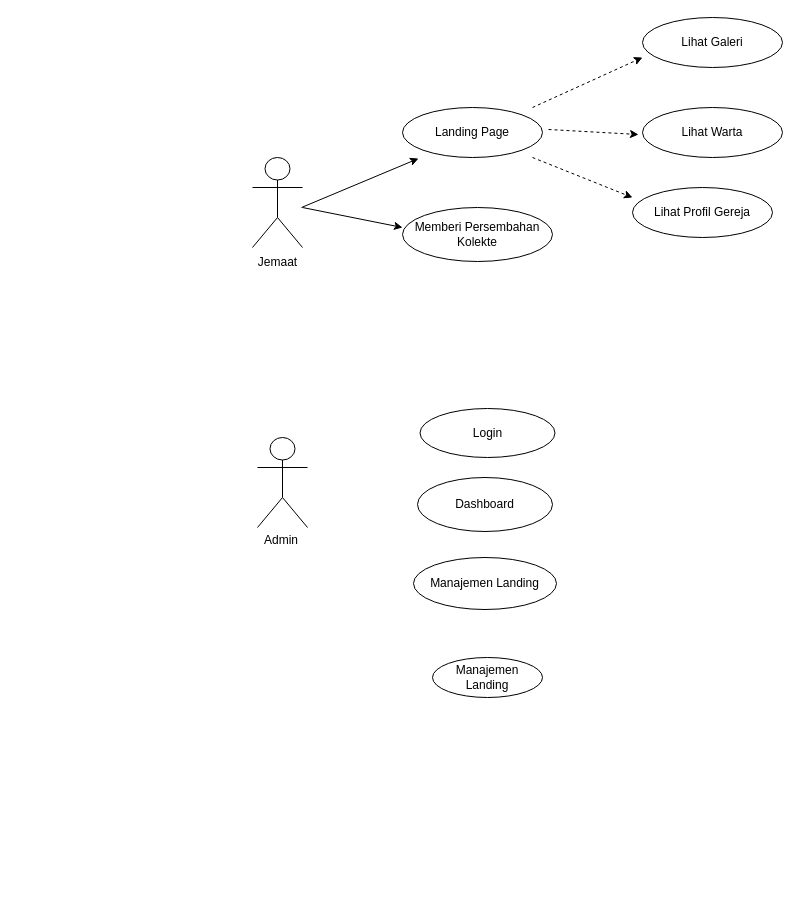
The draw.io diagram Diagram Tanpa Judul.drawio in alhidayah-projects/.github, before the edit. Source tidied: cells renumbered, new cells numbered last; positions are measured from the earlier drawing's top-left corner, leaving out a move shared by most shapes. Both pictures are drawn from the tidied source at 100%, with x=0, y=0 at pixel (247, 17).
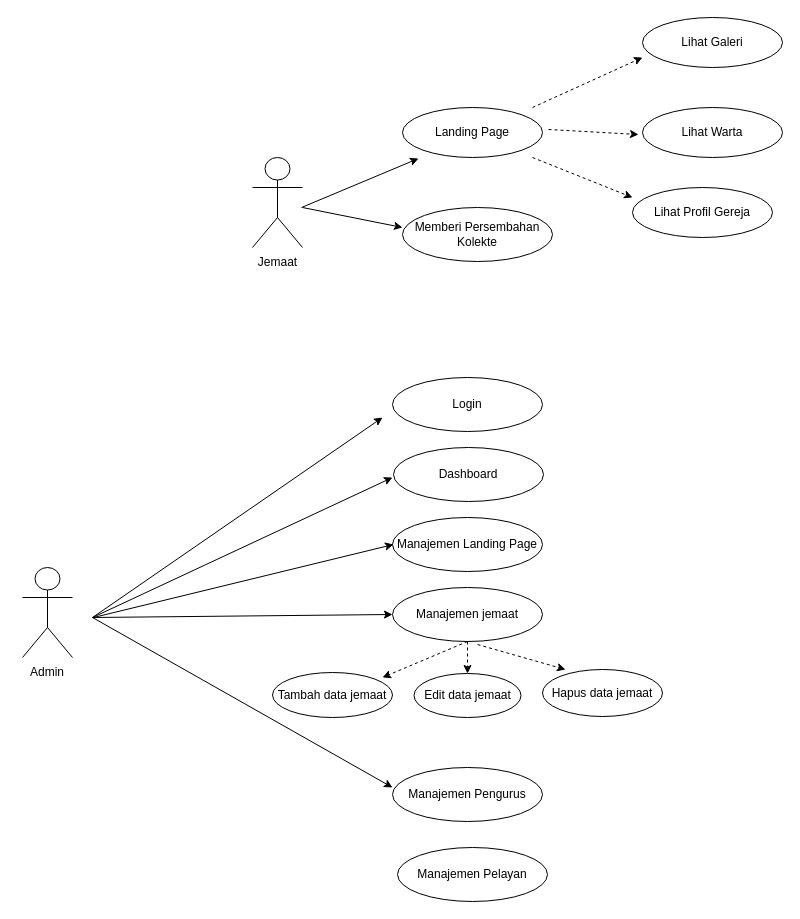
The same diagram, later.

Commit message:
TA GEREJA USECASE Judul.drawio

Diff of the diagram source:
```diff
@@
     <mxCell id="14" style="shape=umlActor;verticalLabelPosition=bottom;verticalAlign=top;html=1;" parent="1" vertex="1">
-      <mxGeometry x="10" y="420" width="50" height="90" as="geometry" />
+      <mxGeometry x="-225" y="550" width="50" height="90" as="geometry" />
     </mxCell>
     <mxCell id="15" value="Admin" style="text;html=1;strokeColor=none;fillColor=none;align=center;verticalAlign=middle;whiteSpace=wrap;rounded=0;" parent="1" vertex="1">
-      <mxGeometry x="4" y="508" width="60" height="30" as="geometry" />
+      <mxGeometry x="-230" y="640" width="60" height="30" as="geometry" />
     </mxCell>
     <mxCell id="16" value="Login" style="ellipse;whiteSpace=wrap;html=1;" parent="1" vertex="1">
-      <mxGeometry x="172.5" y="391" width="135" height="49" as="geometry" />
+      <mxGeometry x="145" y="360" width="150" height="54" as="geometry" />
     </mxCell>
     <mxCell id="17" value="Dashboard" style="ellipse;whiteSpace=wrap;html=1;" parent="1" vertex="1">
-      <mxGeometry x="170" y="460" width="135" height="54" as="geometry" />
+      <mxGeometry x="146" y="430" width="150" height="54" as="geometry" />
     </mxCell>
-    <mxCell id="18" value="Manajemen Landing" style="ellipse;whiteSpace=wrap;html=1;" parent="1" vertex="1">
-      <mxGeometry x="166" y="540" width="143" height="52" as="geometry" />
-    </mxCell>
-    <mxCell id="19" value="Manajemen Landing" style="ellipse;whiteSpace=wrap;html=1;" parent="1" vertex="1">
-      <mxGeometry x="185" y="640" width="110" height="40" as="geometry" />
-    </mxCell>
+    <mxCell id="20" value="Manajemen Landing Page" style="ellipse;whiteSpace=wrap;html=1;" parent="1" vertex="1">
+      <mxGeometry x="145" y="500" width="150" height="54" as="geometry" />
+    </mxCell>
+    <mxCell id="21" value="Manajemen jemaat" style="ellipse;whiteSpace=wrap;html=1;" parent="1" vertex="1">
+      <mxGeometry x="145" y="570" width="150" height="54" as="geometry" />
+    </mxCell>
+    <mxCell id="22" value="Manajemen Pengurus" style="ellipse;whiteSpace=wrap;html=1;" parent="1" vertex="1">
+      <mxGeometry x="145" y="750" width="150" height="54" as="geometry" />
+    </mxCell>
+    <mxCell id="23" value="Manajemen Pelayan" style="ellipse;whiteSpace=wrap;html=1;" parent="1" vertex="1">
+      <mxGeometry x="150" y="830" width="150" height="54" as="geometry" />
+    </mxCell>
+    <mxCell id="24" value="Tambah data jemaat" style="ellipse;whiteSpace=wrap;html=1;" parent="1" vertex="1">
+      <mxGeometry x="25" y="655" width="120" height="45" as="geometry" />
+    </mxCell>
+    <mxCell id="25" style="endArrow=classic;html=1;rounded=0;" parent="1" edge="1">
+      <mxGeometry relative="1" as="geometry">
+        <mxPoint x="-155" y="600" as="sourcePoint" />
+        <mxPoint x="135" y="400" as="targetPoint" />
+      </mxGeometry>
+    </mxCell>
+    <mxCell id="26" style="endArrow=classic;html=1;rounded=0;" parent="1" edge="1">
+      <mxGeometry relative="1" as="geometry">
+        <mxPoint x="-155" y="600" as="sourcePoint" />
+        <mxPoint x="145" y="460" as="targetPoint" />
+      </mxGeometry>
+    </mxCell>
+    <mxCell id="27" style="endArrow=classic;html=1;rounded=0;" parent="1" edge="1">
+      <mxGeometry relative="1" as="geometry">
+        <mxPoint x="-154" y="600" as="sourcePoint" />
+        <mxPoint x="146" y="527" as="targetPoint" />
+      </mxGeometry>
+    </mxCell>
+    <mxCell id="28" style="endArrow=classic;html=1;rounded=0;entryX=0;entryY=0.5;entryDx=0;entryDy=0;" parent="1" edge="1" target="21">
+      <mxGeometry relative="1" as="geometry">
+        <mxPoint x="-155" y="600" as="sourcePoint" />
+      </mxGeometry>
+    </mxCell>
+    <mxCell id="29" value="Edit data jemaat" style="ellipse;whiteSpace=wrap;html=1;" parent="1" vertex="1">
+      <mxGeometry x="166.5" y="656" width="107" height="44" as="geometry" />
+    </mxCell>
+    <mxCell id="30" value="Hapus data jemaat" style="ellipse;whiteSpace=wrap;html=1;" parent="1" vertex="1">
+      <mxGeometry x="295" y="652" width="120" height="47" as="geometry" />
+    </mxCell>
+    <mxCell id="31" style="endArrow=classic;html=1;rounded=0;dashed=1;exitX=0.5;exitY=1;exitDx=0;exitDy=0;" parent="1" edge="1" source="21">
+      <mxGeometry relative="1" as="geometry">
+        <mxPoint x="135" y="660" as="targetPoint" />
+      </mxGeometry>
+    </mxCell>
+    <mxCell id="32" style="endArrow=classic;html=1;rounded=0;dashed=1;entryX=0.5;entryY=0;entryDx=0;entryDy=0;exitX=0.5;exitY=1;exitDx=0;exitDy=0;" parent="1" edge="1" source="21" target="29">
+      <mxGeometry relative="1" as="geometry" />
+    </mxCell>
+    <mxCell id="33" style="endArrow=classic;html=1;rounded=0;dashed=1;exitX=0.567;exitY=1.056;exitDx=0;exitDy=0;exitPerimeter=0;entryX=0.192;entryY=0;entryDx=0;entryDy=0;entryPerimeter=0;" parent="1" edge="1" source="21" target="30">
+      <mxGeometry relative="1" as="geometry" />
+    </mxCell>
+    <mxCell id="34" style="endArrow=classic;html=1;rounded=0;" parent="1" edge="1">
+      <mxGeometry relative="1" as="geometry">
+        <mxPoint x="-155" y="600" as="sourcePoint" />
+        <mxPoint x="145" y="770" as="targetPoint" />
+      </mxGeometry>
+    </mxCell>
```
